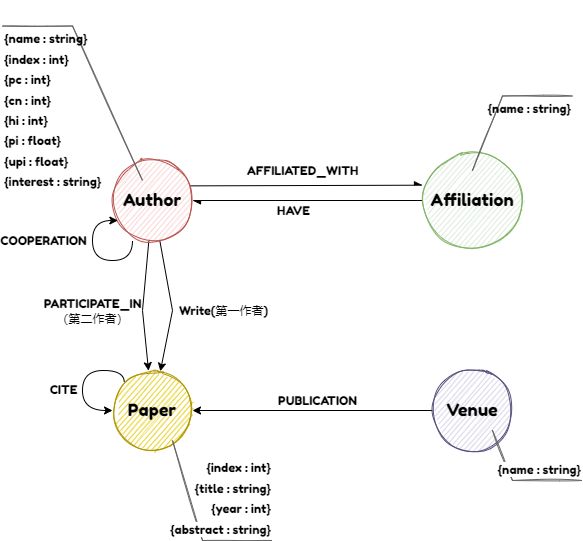
Earlier version of the draw.io export 资料/BussinessIntelligence.drawio.png (dannyXSC/BusinessIntelligence). Source tidied: cells renumbered, new cells last; positions are measured from the earlier drawing's top-left corner, leaving out a move shared by most shapes.
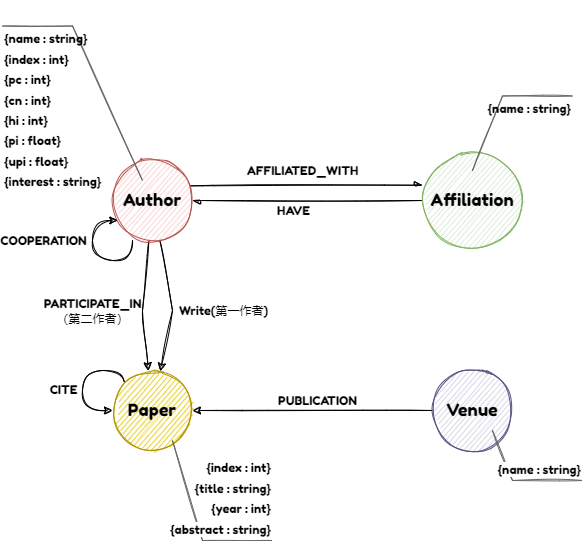
The same file after the commit.

Change to the diagram source:
```diff
@@ -2,7 +2,7 @@
   <root>
     <mxCell id="0" />
     <mxCell id="1" parent="0" />
-    <mxCell id="2" style="rounded=0;jettySize=auto;html=1;fontFamily=Fredoka One;fontSource=https%3A%2F%2Ffonts.googleapis.com%2Fcss%3Ffamily%3DFredoka%2BOne;fontSize=11;strokeColor=default;endArrow=async;endFill=1;startArrow=none;startFill=0;exitX=0.975;exitY=0.317;exitDx=0;exitDy=0;exitPerimeter=0;entryX=0;entryY=0.347;entryDx=0;entryDy=0;entryPerimeter=0;" parent="1" edge="1" source="8" target="11">
+    <mxCell id="2" style="rounded=0;jettySize=auto;html=1;fontFamily=Fredoka One;fontSource=https%3A%2F%2Ffonts.googleapis.com%2Fcss%3Ffamily%3DFredoka%2BOne;fontSize=11;strokeColor=default;endArrow=async;endFill=1;startArrow=none;startFill=0;exitX=0.975;exitY=0.317;exitDx=0;exitDy=0;exitPerimeter=0;entryX=0;entryY=0.347;entryDx=0;entryDy=0;entryPerimeter=0;sketch=1;" parent="1" edge="1" source="8" target="11">
       <mxGeometry relative="1" as="geometry" />
     </mxCell>
     <mxCell id="3" value="AFFILIATED_WITH" style="edgeLabel;html=1;align=center;verticalAlign=middle;fontSize=11;fontFamily=Fredoka One;" parent="2" vertex="1">
@@ -10,7 +10,7 @@
         <mxPoint x="16" y="-18" as="offset" />
       </mxGeometry>
     </mxCell>
-    <mxCell id="4" style="edgeStyle=none;rounded=0;jettySize=auto;html=1;fontFamily=Fredoka One;fontSource=https%3A%2F%2Ffonts.googleapis.com%2Fcss%3Ffamily%3DFredoka%2BOne;fontSize=11;startArrow=none;startFill=0;endArrow=classic;endFill=1;strokeColor=default;" parent="1" edge="1" source="8" target="12">
+    <mxCell id="4" style="edgeStyle=none;rounded=0;jettySize=auto;html=1;fontFamily=Fredoka One;fontSource=https%3A%2F%2Ffonts.googleapis.com%2Fcss%3Ffamily%3DFredoka%2BOne;fontSize=11;startArrow=none;startFill=0;endArrow=classic;endFill=1;strokeColor=default;sketch=1;" parent="1" edge="1" source="8" target="12">
       <mxGeometry relative="1" as="geometry">
         <Array as="points">
           <mxPoint x="170" y="310" />
@@ -22,7 +22,7 @@
         <mxPoint x="51" y="15" as="offset" />
       </mxGeometry>
     </mxCell>
-    <mxCell id="6" style="edgeStyle=none;rounded=0;jettySize=auto;html=1;fontFamily=Fredoka One;fontSource=https%3A%2F%2Ffonts.googleapis.com%2Fcss%3Ffamily%3DFredoka%2BOne;fontSize=11;startArrow=none;startFill=0;endArrow=classic;endFill=1;strokeColor=default;" parent="1" edge="1" source="8" target="12">
+    <mxCell id="6" style="edgeStyle=none;rounded=0;jettySize=auto;html=1;fontFamily=Fredoka One;fontSource=https%3A%2F%2Ffonts.googleapis.com%2Fcss%3Ffamily%3DFredoka%2BOne;fontSize=11;startArrow=none;startFill=0;endArrow=classic;endFill=1;strokeColor=default;sketch=1;" parent="1" edge="1" source="8" target="12">
       <mxGeometry relative="1" as="geometry">
         <Array as="points">
           <mxPoint x="140" y="310" />
@@ -37,7 +37,7 @@
     <mxCell id="8" value="&lt;font style=&quot;font-size: 17px&quot; face=&quot;Fredoka One&quot;&gt;Author&lt;/font&gt;" style="ellipse;whiteSpace=wrap;html=1;sketch=1;shadow=0;fillColor=#f8cecc;strokeColor=#b85450;" parent="1" vertex="1">
       <mxGeometry x="110" y="160" width="80" height="80" as="geometry" />
     </mxCell>
-    <mxCell id="9" style="edgeStyle=none;rounded=0;jettySize=auto;html=1;entryX=1;entryY=0.5;entryDx=0;entryDy=0;fontFamily=Fredoka One;fontSource=https%3A%2F%2Ffonts.googleapis.com%2Fcss%3Ffamily%3DFredoka%2BOne;fontSize=11;startArrow=none;startFill=0;endArrow=async;endFill=1;strokeColor=default;" parent="1" edge="1" source="11" target="8">
+    <mxCell id="9" style="edgeStyle=none;rounded=0;jettySize=auto;html=1;entryX=1;entryY=0.5;entryDx=0;entryDy=0;fontFamily=Fredoka One;fontSource=https%3A%2F%2Ffonts.googleapis.com%2Fcss%3Ffamily%3DFredoka%2BOne;fontSize=11;startArrow=none;startFill=0;endArrow=async;endFill=1;strokeColor=default;sketch=1;" parent="1" edge="1" source="11" target="8">
       <mxGeometry relative="1" as="geometry" />
     </mxCell>
     <mxCell id="10" value="HAVE" style="edgeLabel;html=1;align=center;verticalAlign=middle;fontSize=11;fontFamily=Fredoka One;" parent="9" vertex="1">
@@ -57,7 +57,7 @@
     <mxCell id="14" value="&lt;span style=&quot;color: rgb(0 , 0 , 0) ; font-size: 11px ; text-align: center&quot;&gt;&lt;br&gt;{name : string}&lt;/span&gt;" style="strokeWidth=1;shadow=0;dashed=0;align=center;html=1;shape=mxgraph.mockup.text.callout;linkText=;textSize=17;textColor=#666666;callDir=NE;callStyle=line;fontSize=17;fontColor=#666666;align=right;verticalAlign=top;strokeColor=#666666;rounded=1;sketch=1;fontFamily=Fredoka One;fontSource=https%3A%2F%2Ffonts.googleapis.com%2Fcss%3Ffamily%3DFredoka%2BOne;" parent="1" vertex="1">
       <mxGeometry x="470" y="70" width="100" height="100" as="geometry" />
     </mxCell>
-    <mxCell id="15" style="edgeStyle=none;rounded=0;jettySize=auto;html=1;fontFamily=Fredoka One;fontSource=https%3A%2F%2Ffonts.googleapis.com%2Fcss%3Ffamily%3DFredoka%2BOne;fontSize=11;startArrow=none;startFill=0;endArrow=classic;endFill=1;strokeColor=default;" parent="1" edge="1" source="17" target="12">
+    <mxCell id="15" style="edgeStyle=none;rounded=0;jettySize=auto;html=1;fontFamily=Fredoka One;fontSource=https%3A%2F%2Ffonts.googleapis.com%2Fcss%3Ffamily%3DFredoka%2BOne;fontSize=11;startArrow=none;startFill=0;endArrow=classic;endFill=1;strokeColor=default;sketch=1;" parent="1" edge="1" source="17" target="12">
       <mxGeometry relative="1" as="geometry" />
     </mxCell>
     <mxCell id="16" value="PUBLICATION" style="edgeLabel;html=1;align=center;verticalAlign=middle;fontSize=11;fontFamily=Fredoka One;" parent="15" vertex="1">
@@ -71,7 +71,7 @@
     <mxCell id="18" value="&lt;span style=&quot;color: rgb(0 , 0 , 0) ; font-size: 11px ; text-align: center ; background-color: rgb(255 , 255 , 255)&quot;&gt;{index : int}&lt;/span&gt;&lt;br style=&quot;color: rgb(0 , 0 , 0) ; font-size: 11px ; text-align: center ; background-color: rgb(255 , 255 , 255)&quot;&gt;&lt;span style=&quot;color: rgb(0 , 0 , 0) ; font-size: 11px ; text-align: center ; background-color: rgb(255 , 255 , 255)&quot;&gt;{title : string}&lt;/span&gt;&lt;br style=&quot;color: rgb(0 , 0 , 0) ; font-size: 11px ; text-align: center ; background-color: rgb(255 , 255 , 255)&quot;&gt;&lt;span style=&quot;color: rgb(0 , 0 , 0) ; font-size: 11px ; text-align: center ; background-color: rgb(255 , 255 , 255)&quot;&gt;{year : int}&lt;/span&gt;&lt;br style=&quot;color: rgb(0 , 0 , 0) ; font-size: 11px ; text-align: center ; background-color: rgb(255 , 255 , 255)&quot;&gt;&lt;span style=&quot;color: rgb(0 , 0 , 0) ; font-size: 11px ; text-align: center ; background-color: rgb(255 , 255 , 255)&quot;&gt;{abstract : string}&lt;/span&gt;" style="strokeWidth=1;shadow=0;dashed=0;align=center;html=1;shape=mxgraph.mockup.text.callout;linkText=;textSize=17;textColor=#666666;callDir=SE;callStyle=line;fontSize=17;fontColor=#666666;align=right;verticalAlign=bottom;strokeColor=#666666;rounded=1;sketch=1;fontFamily=Fredoka One;fontSource=https%3A%2F%2Ffonts.googleapis.com%2Fcss%3Ffamily%3DFredoka%2BOne;" parent="1" vertex="1">
       <mxGeometry x="170" y="440" width="100" height="100" as="geometry" />
     </mxCell>
-    <mxCell id="19" style="edgeStyle=orthogonalEdgeStyle;curved=1;rounded=0;orthogonalLoop=1;jettySize=auto;html=1;fontFamily=Fredoka One;fontSource=https%3A%2F%2Ffonts.googleapis.com%2Fcss%3Ffamily%3DFredoka%2BOne;fontSize=11;startArrow=none;startFill=0;endArrow=classic;endFill=1;strokeColor=default;exitX=0;exitY=0;exitDx=0;exitDy=0;" parent="1" edge="1" source="12" target="12">
+    <mxCell id="19" style="edgeStyle=orthogonalEdgeStyle;curved=1;rounded=0;orthogonalLoop=1;jettySize=auto;html=1;fontFamily=Fredoka One;fontSource=https%3A%2F%2Ffonts.googleapis.com%2Fcss%3Ffamily%3DFredoka%2BOne;fontSize=11;startArrow=none;startFill=0;endArrow=classic;endFill=1;strokeColor=default;exitX=0;exitY=0;exitDx=0;exitDy=0;sketch=1;" parent="1" edge="1" source="12" target="12">
       <mxGeometry relative="1" as="geometry">
         <Array as="points">
           <mxPoint x="122" y="370" />
@@ -85,7 +85,7 @@
         <mxPoint x="-25" y="-10" as="offset" />
       </mxGeometry>
     </mxCell>
-    <mxCell id="21" style="edgeStyle=orthogonalEdgeStyle;curved=1;rounded=0;orthogonalLoop=1;jettySize=auto;html=1;fontFamily=Fredoka One;fontSource=https%3A%2F%2Ffonts.googleapis.com%2Fcss%3Ffamily%3DFredoka%2BOne;fontSize=11;startArrow=none;startFill=0;endArrow=classic;endFill=1;strokeColor=default;exitX=0.25;exitY=1;exitDx=0;exitDy=0;exitPerimeter=0;" parent="1" edge="1" source="8" target="8">
+    <mxCell id="21" style="edgeStyle=orthogonalEdgeStyle;curved=1;rounded=0;orthogonalLoop=1;jettySize=auto;html=1;fontFamily=Fredoka One;fontSource=https%3A%2F%2Ffonts.googleapis.com%2Fcss%3Ffamily%3DFredoka%2BOne;fontSize=11;startArrow=none;startFill=0;endArrow=classic;endFill=1;strokeColor=default;exitX=0.25;exitY=1;exitDx=0;exitDy=0;exitPerimeter=0;sketch=1;" parent="1" edge="1" source="8" target="8">
       <mxGeometry relative="1" as="geometry">
         <Array as="points">
           <mxPoint x="130" y="260" />
```
